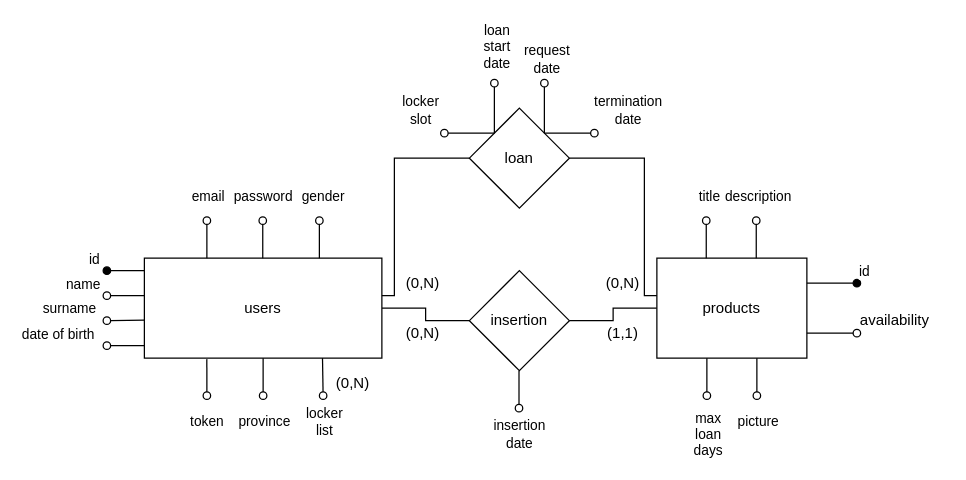
Before: DB design/ER.drawio in Bonis98/PRESTALOck, a draw.io diagram. Source tidied: cells renumbered, new cells numbered last; positions are measured from the earlier drawing's top-left corner, leaving out a move shared by most shapes. Both pictures are drawn from the tidied source at 125%, with x=0, y=0 at pixel (106, 82).
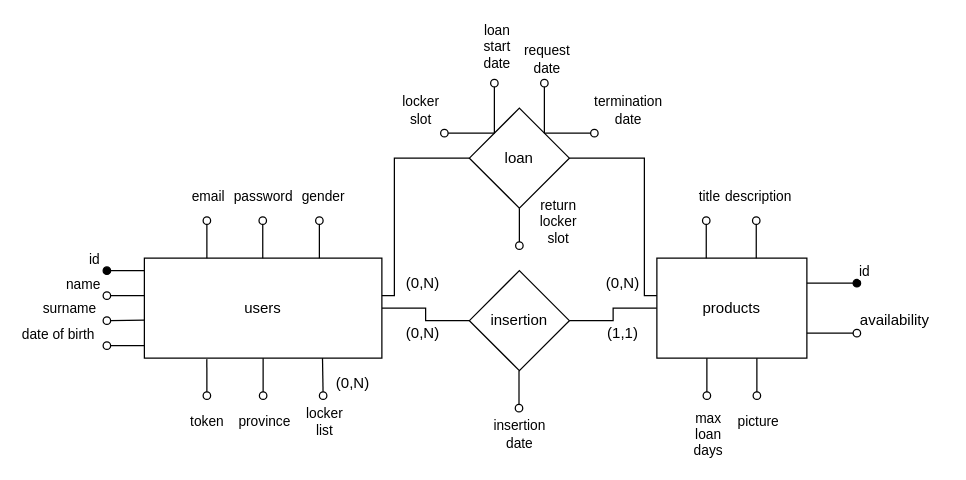
After the change.

Unchanged cells that the change refers to:
```xml
<mxCell id="8" value="loan" style="rhombus;whiteSpace=wrap;html=1;" parent="1" vertex="1">
  <mxGeometry x="290" y="20" width="80" height="80" as="geometry" />
</mxCell>
```

What changed in the source:
```diff
@@
+    <mxCell id="57" style="endArrow=none;html=1;rounded=0;startArrow=oval;startFill=0;strokeWidth=1;entryX=0.5;entryY=1;entryDx=0;entryDy=0;" parent="1" edge="1" target="8">
+      <mxGeometry relative="1" as="geometry">
+        <mxPoint x="330" y="130" as="sourcePoint" />
+      </mxGeometry>
+    </mxCell>
+    <mxCell id="58" value="return&lt;br&gt;locker&lt;br&gt;slot" style="edgeLabel;html=1;align=center;verticalAlign=middle;" parent="57" vertex="1">
+      <mxGeometry x="0.29" relative="1" as="geometry">
+        <mxPoint x="30" y="-1" as="offset" />
+      </mxGeometry>
+    </mxCell>
```
